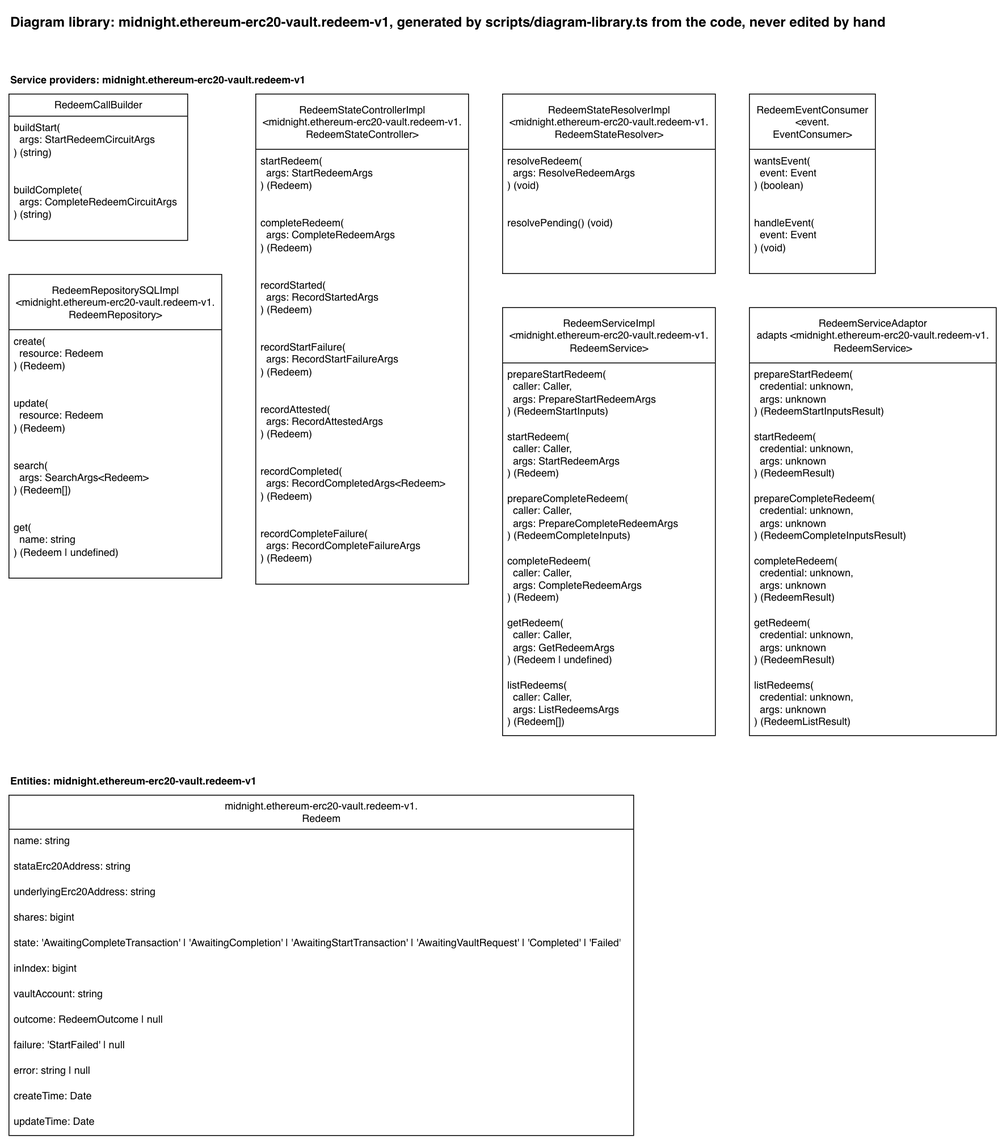
Earlier version of the draw.io export docs/diagram-library/midnight/ethereum-erc20-vault/redeem-v1/diagram-library.drawio.png (sig-net/full-stack-demo). Source tidied: cells renumbered, new cells last; positions are measured from the earlier drawing's top-left corner, leaving out a move shared by most shapes.
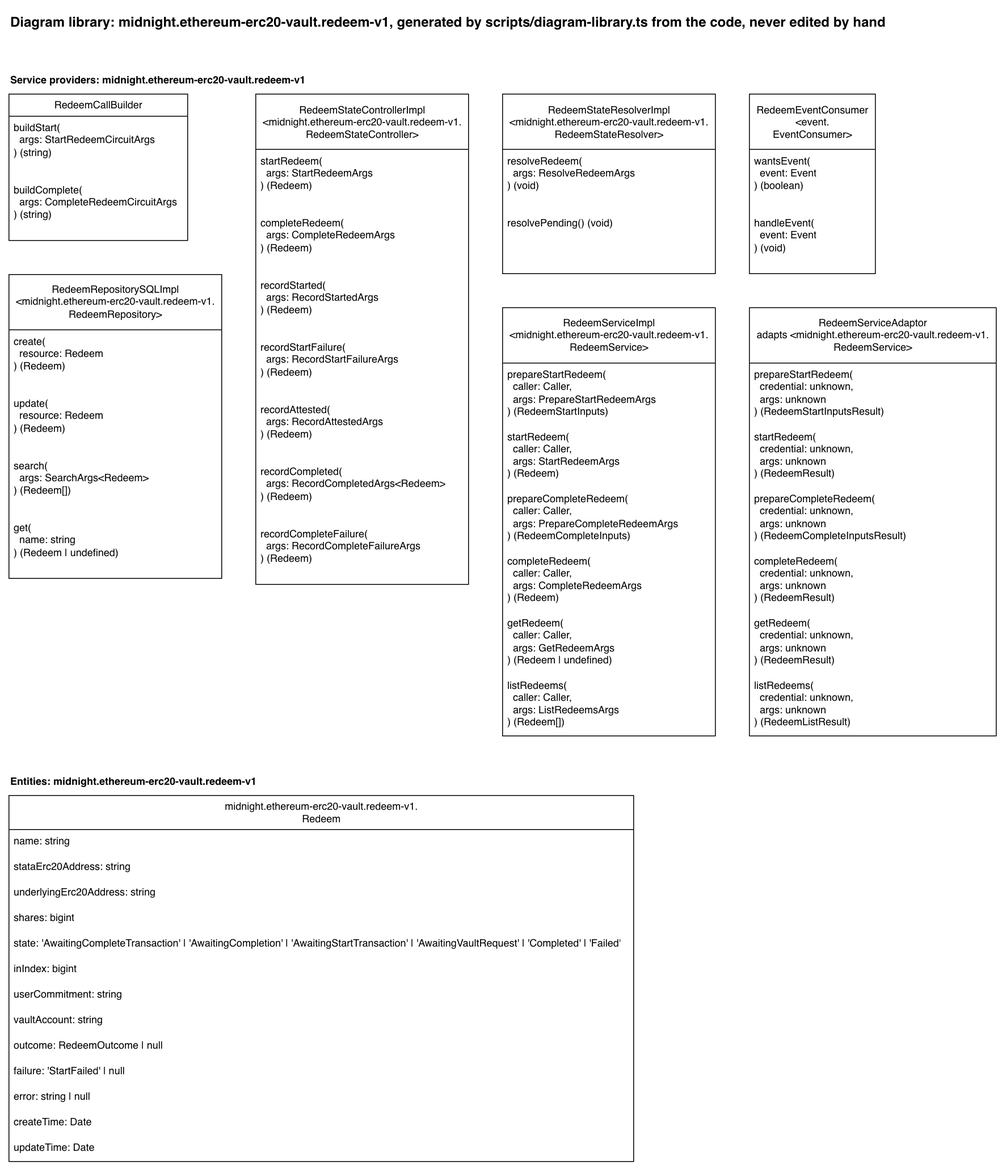
The same file after the commit.

Change to the diagram source:
```diff
@@ -120,7 +120,7 @@
       <mxGeometry y="894" width="317" height="20" as="geometry" />
     </mxCell>
     <mxCell id="41" value="midnight.ethereum-erc20-vault.redeem-v1.&lt;br&gt;Redeem" style="swimlane;fontStyle=0;horizontal=1;startSize=40;fillColor=default;html=1;fillStyle=solid;" parent="1" vertex="1">
-      <mxGeometry y="924" width="734" height="400" as="geometry" />
+      <mxGeometry y="924" width="734" height="430" as="geometry" />
     </mxCell>
     <mxCell id="42" value="name: string" style="text;strokeColor=none;fillColor=none;align=left;verticalAlign=top;spacingLeft=4;spacingRight=4;overflow=hidden;whiteSpace=wrap;html=1;" parent="41" vertex="1">
       <mxGeometry y="40" width="734" height="30" as="geometry" />
@@ -140,23 +140,26 @@
     <mxCell id="47" value="inIndex: bigint" style="text;strokeColor=none;fillColor=none;align=left;verticalAlign=top;spacingLeft=4;spacingRight=4;overflow=hidden;whiteSpace=wrap;html=1;" parent="41" vertex="1">
       <mxGeometry y="190" width="734" height="30" as="geometry" />
     </mxCell>
+    <mxCell id="54" value="userCommitment: string" style="text;strokeColor=none;fillColor=none;align=left;verticalAlign=top;spacingLeft=4;spacingRight=4;overflow=hidden;whiteSpace=wrap;html=1;" parent="41" vertex="1">
+      <mxGeometry y="220" width="734" height="30" as="geometry" />
+    </mxCell>
     <mxCell id="48" value="vaultAccount: string" style="text;strokeColor=none;fillColor=none;align=left;verticalAlign=top;spacingLeft=4;spacingRight=4;overflow=hidden;whiteSpace=wrap;html=1;" parent="41" vertex="1">
-      <mxGeometry y="220" width="734" height="30" as="geometry" />
+      <mxGeometry y="250" width="734" height="30" as="geometry" />
     </mxCell>
     <mxCell id="49" value="outcome: RedeemOutcome | null" style="text;strokeColor=none;fillColor=none;align=left;verticalAlign=top;spacingLeft=4;spacingRight=4;overflow=hidden;whiteSpace=wrap;html=1;" parent="41" vertex="1">
-      <mxGeometry y="250" width="734" height="30" as="geometry" />
+      <mxGeometry y="280" width="734" height="30" as="geometry" />
     </mxCell>
     <mxCell id="50" value="failure: 'StartFailed' | null" style="text;strokeColor=none;fillColor=none;align=left;verticalAlign=top;spacingLeft=4;spacingRight=4;overflow=hidden;whiteSpace=wrap;html=1;" parent="41" vertex="1">
-      <mxGeometry y="280" width="734" height="30" as="geometry" />
+      <mxGeometry y="310" width="734" height="30" as="geometry" />
     </mxCell>
     <mxCell id="51" value="error: string | null" style="text;strokeColor=none;fillColor=none;align=left;verticalAlign=top;spacingLeft=4;spacingRight=4;overflow=hidden;whiteSpace=wrap;html=1;" parent="41" vertex="1">
-      <mxGeometry y="310" width="734" height="30" as="geometry" />
+      <mxGeometry y="340" width="734" height="30" as="geometry" />
     </mxCell>
     <mxCell id="52" value="createTime: Date" style="text;strokeColor=none;fillColor=none;align=left;verticalAlign=top;spacingLeft=4;spacingRight=4;overflow=hidden;whiteSpace=wrap;html=1;" parent="41" vertex="1">
-      <mxGeometry y="340" width="734" height="30" as="geometry" />
+      <mxGeometry y="370" width="734" height="30" as="geometry" />
     </mxCell>
     <mxCell id="53" value="updateTime: Date" style="text;strokeColor=none;fillColor=none;align=left;verticalAlign=top;spacingLeft=4;spacingRight=4;overflow=hidden;whiteSpace=wrap;html=1;" parent="41" vertex="1">
-      <mxGeometry y="370" width="734" height="30" as="geometry" />
+      <mxGeometry y="400" width="734" height="30" as="geometry" />
     </mxCell>
   </root>
 </mxGraphModel>
```
